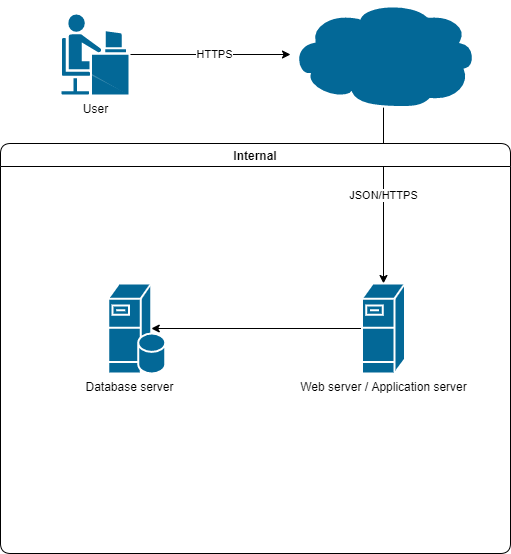
The draw.io diagram documents/c4model-Infrastructure diagram.png in Patrickroelofs/HANICA-DWA-Laterlezer, before a commit. Source tidied: cells renumbered, new cells last; positions are measured from the earlier drawing's top-left corner, leaving out a move shared by most shapes.
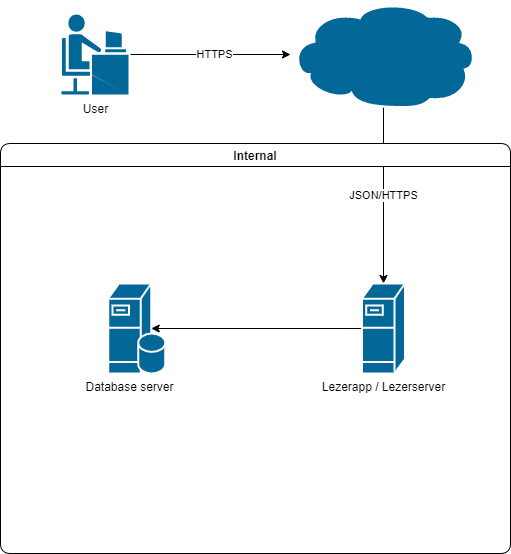
The same file after the commit.

What changed in the source:
```diff
@@ -28,7 +28,7 @@
     <mxCell id="9" value="Database server" style="shape=mxgraph.cisco.servers.fileserver;html=1;dashed=0;fillColor=#036897;strokeColor=#ffffff;strokeWidth=2;verticalLabelPosition=bottom;verticalAlign=top;align=center;outlineConnect=0;rounded=1;" parent="7" vertex="1">
       <mxGeometry x="107.8" y="140" width="43" height="90" as="geometry" />
     </mxCell>
-    <mxCell id="10" value="Web server / Application server" style="shape=mxgraph.cisco.servers.fileserver;html=1;dashed=0;fillColor=#036897;strokeColor=#ffffff;strokeWidth=2;verticalLabelPosition=bottom;verticalAlign=top;align=center;outlineConnect=0;rounded=1;" parent="7" vertex="1">
+    <mxCell id="10" value="Lezerapp / Lezerserver" style="shape=mxgraph.cisco.servers.fileserver;html=1;dashed=0;fillColor=#036897;strokeColor=#ffffff;strokeWidth=2;verticalLabelPosition=bottom;verticalAlign=top;align=center;outlineConnect=0;rounded=1;" parent="7" vertex="1">
       <mxGeometry x="361.5" y="140" width="43" height="90" as="geometry" />
     </mxCell>
     <mxCell id="11" style="shape=mxgraph.cisco.storage.relational_database;html=1;dashed=0;fillColor=#036897;strokeColor=#ffffff;strokeWidth=2;verticalLabelPosition=bottom;verticalAlign=top;align=center;rounded=1;" parent="7" vertex="1">
```
